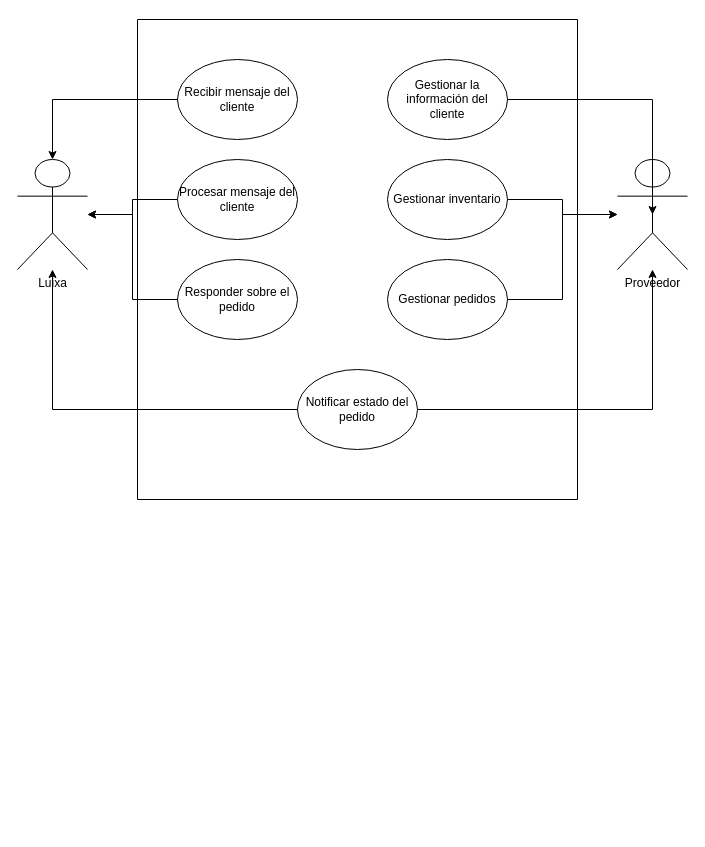
Earlier version of the draw.io diagram Luixa_chatbot.drawio (Aldojsh23/Curso_git). Source tidied: cells renumbered, new cells numbered last; positions are measured from the earlier drawing's top-left corner, leaving out a move shared by most shapes. Both pictures are drawn from the tidied source at 100%, with x=0, y=0 at pixel (17, 19).
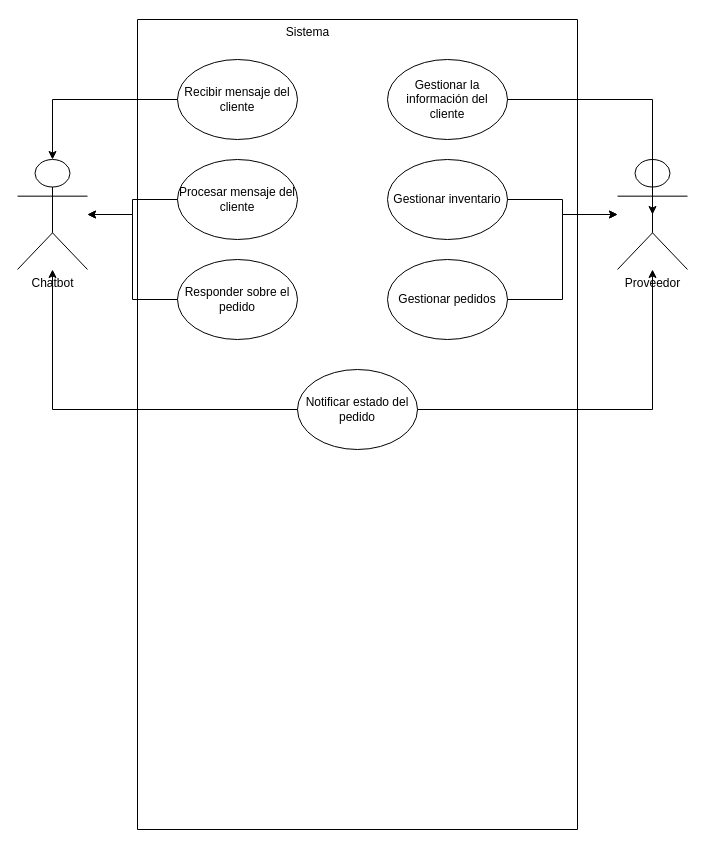
The same diagram, later.

What changed in the source:
```diff
@@
-    <mxCell id="2" value="Luixa" style="shape=umlActor;verticalLabelPosition=bottom;verticalAlign=top;html=1;outlineConnect=0;" parent="1" vertex="1">
+    <mxCell id="2" value="Chatbot&lt;div&gt;&lt;br&gt;&lt;/div&gt;" style="shape=umlActor;verticalLabelPosition=bottom;verticalAlign=top;html=1;outlineConnect=0;" parent="1" vertex="1">
       <mxGeometry y="140" width="70" height="110" as="geometry" />
     </mxCell>
     <mxCell id="3" style="swimlane;startSize=0;" parent="1" vertex="1">
-      <mxGeometry x="120" width="440" height="480" as="geometry" />
+      <mxGeometry x="120" width="440" height="810" as="geometry" />
     </mxCell>
@@
+    <mxCell id="20" value="Sistema" style="text;html=1;align=center;verticalAlign=middle;strokeColor=none;fillColor=none;" parent="1" vertex="1">
+      <mxGeometry x="255" y="-2" width="70" height="30" as="geometry" />
+    </mxCell>
```
